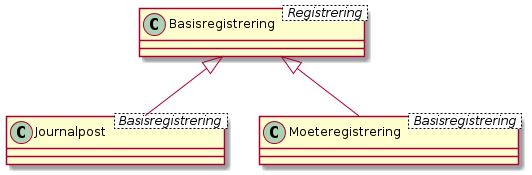
arkivverket/noark5-tjenestegrensesnitt-standard keeps this PlantUML diagram as kapitler/media/uml-generalisering-brukt-med-klasser.png. Above is the earlier version.
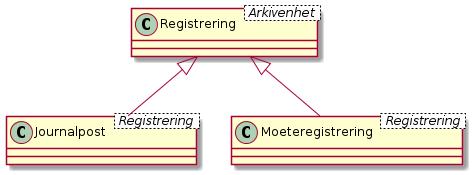
Later version of the same file.

What changed in the source:
```diff
@@ -1,7 +1,7 @@
 @startuml
-class Basisregistrering < Registrering >
-class Journalpost < Basisregistrering >
-class Moeteregistrering < Basisregistrering >
-Basisregistrering <|-- Journalpost
-Basisregistrering <|-- Moeteregistrering
+class Registrering < Arkivenhet >
+class Journalpost < Registrering >
+class Moeteregistrering < Registrering >
+Registrering <|-- Journalpost
+Registrering <|-- Moeteregistrering
 @enduml
```
